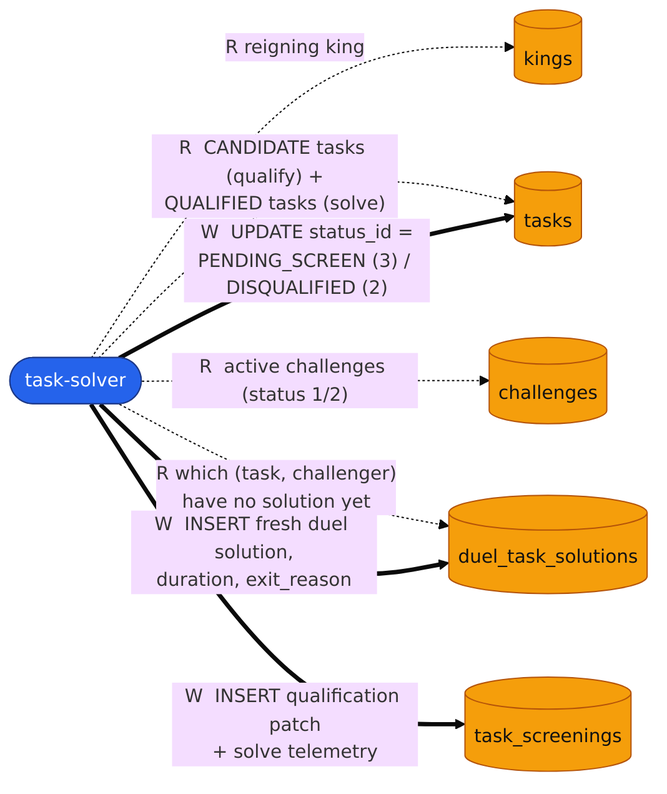
Above: docs/diagrams/db-task-solver.png in ninja-subnet/ninja-validator (Mermaid), before the change. Its source is kept beside it as docs/diagrams/db-task-solver.mmd.
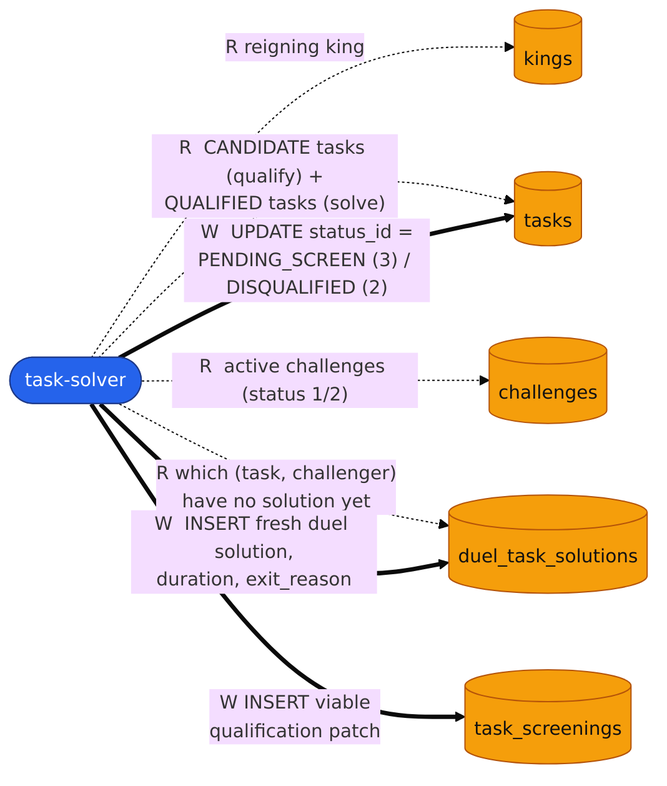
After the commit.

Change to the diagram source:
```diff
@@ -12,7 +12,7 @@
     ts -. "R  active challenges (status 1/2)" .-> chal
     ts -. "R  which (task, challenger)<br/>have no solution yet" .-> tsol
     ts == "W  UPDATE status_id =<br/>PENDING_SCREEN (3) / DISQUALIFIED (2)" ==> tasks
-    ts == "W  INSERT qualification patch<br/>+ solve telemetry" ==> screen
+    ts == "W  INSERT viable<br/>qualification patch" ==> screen
     ts == "W  INSERT fresh duel solution,<br/>duration, exit_reason" ==> tsol
 
     classDef worker fill:#2563eb,stroke:#1e3a8a,color:#fff;
```
